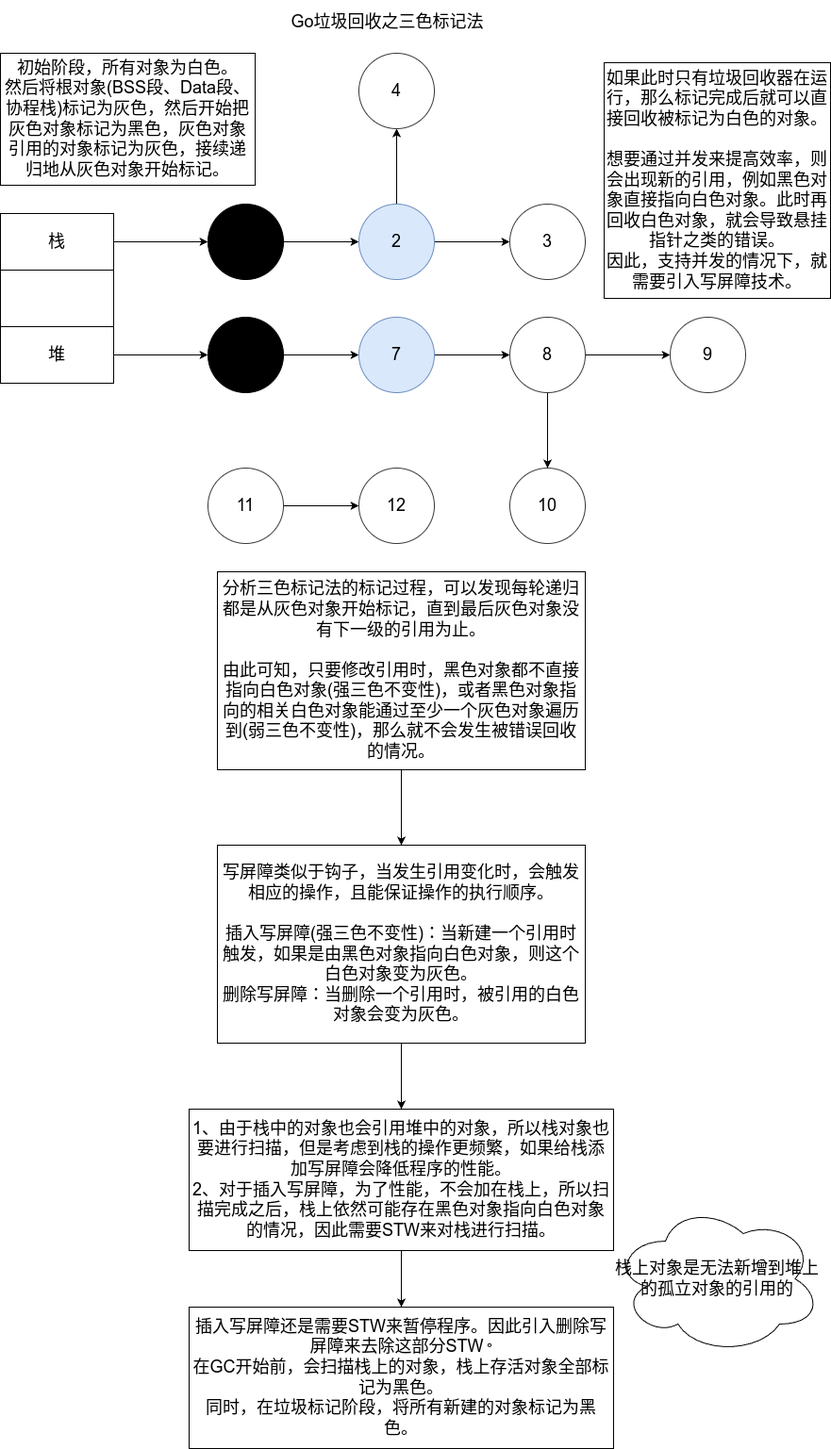
The draw.io diagram go_gc.png in moqsien/img_repo, before a commit. Source tidied: cells renumbered, new cells last; positions are measured from the earlier drawing's top-left corner, leaving out a move shared by most shapes.
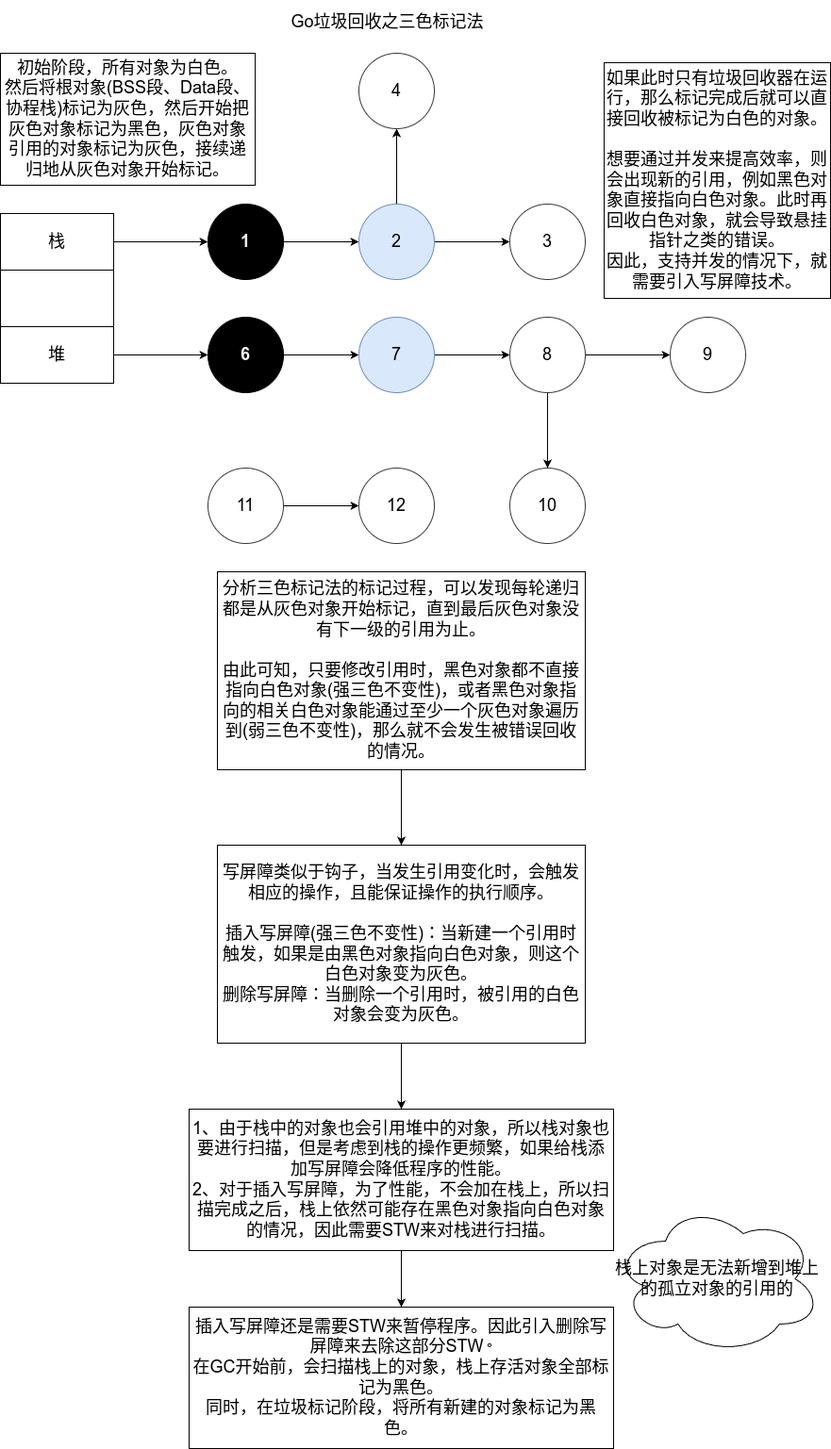
The same file after the commit.

The edit, as a diff of the source:
```diff
@@ -23,7 +23,7 @@
     <mxCell id="8" style="edgeStyle=none;html=1;fontSize=18;" parent="1" edge="1" source="9" target="12">
       <mxGeometry relative="1" as="geometry" />
     </mxCell>
-    <mxCell id="9" value="&lt;b&gt;1&lt;/b&gt;" style="ellipse;whiteSpace=wrap;html=1;fontSize=18;rounded=0;fillColor=#000000;" parent="1" vertex="1">
+    <mxCell id="9" value="&lt;b&gt;&lt;font color=&quot;#f2fced&quot;&gt;1&lt;/font&gt;&lt;/b&gt;" style="ellipse;whiteSpace=wrap;html=1;fontSize=18;rounded=0;fillColor=#000000;" parent="1" vertex="1">
       <mxGeometry x="220" y="216" width="80" height="80" as="geometry" />
     </mxCell>
     <mxCell id="10" style="edgeStyle=none;html=1;fontSize=18;" parent="1" edge="1" source="12" target="13">
@@ -41,7 +41,7 @@
     <mxCell id="14" style="edgeStyle=none;html=1;entryX=0;entryY=0.5;entryDx=0;entryDy=0;fontSize=18;fontColor=#000000;" parent="1" edge="1" source="15" target="18">
       <mxGeometry relative="1" as="geometry" />
     </mxCell>
-    <mxCell id="15" value="&lt;b&gt;6&lt;/b&gt;" style="ellipse;whiteSpace=wrap;html=1;fontSize=18;rounded=0;fillColor=#000000;" parent="1" vertex="1">
+    <mxCell id="15" value="&lt;b&gt;&lt;font color=&quot;#fafafa&quot;&gt;6&lt;/font&gt;&lt;/b&gt;" style="ellipse;whiteSpace=wrap;html=1;fontSize=18;rounded=0;fillColor=#000000;" parent="1" vertex="1">
       <mxGeometry x="220" y="336" width="80" height="80" as="geometry" />
     </mxCell>
     <mxCell id="16" value="&lt;font color=&quot;#000000&quot;&gt;3&lt;/font&gt;" style="ellipse;whiteSpace=wrap;html=1;fontSize=18;fillColor=#FFFFFF;rounded=0;strokeColor=#36393d;" parent="1" vertex="1">
```
